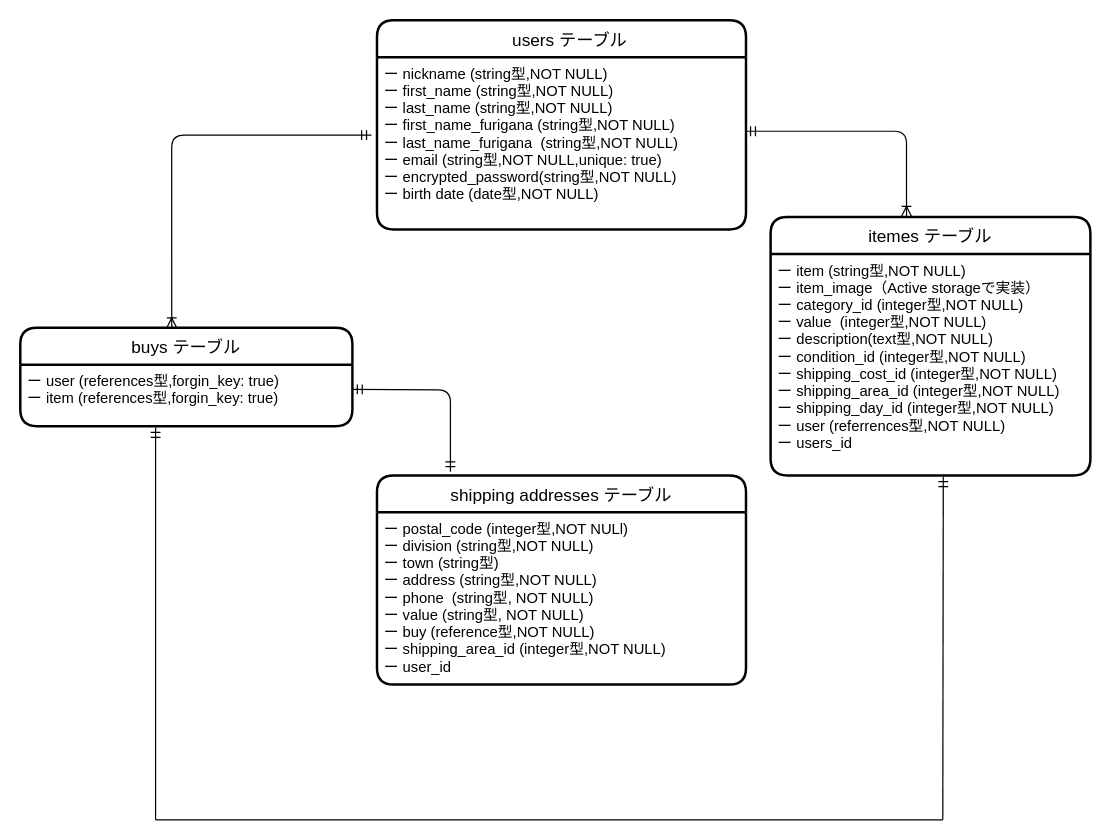
This is page "ページ1" (1 of 2) of furima.dio from ryu-sugi/furima-35260, a draw.io file, before an edit. Source tidied: cells renumbered, new cells numbered last; positions are measured from the earlier drawing's top-left corner, leaving out a move shared by most shapes. Both pictures are drawn from the tidied source at 123%, with x=0, y=0 at pixel (20, 20).
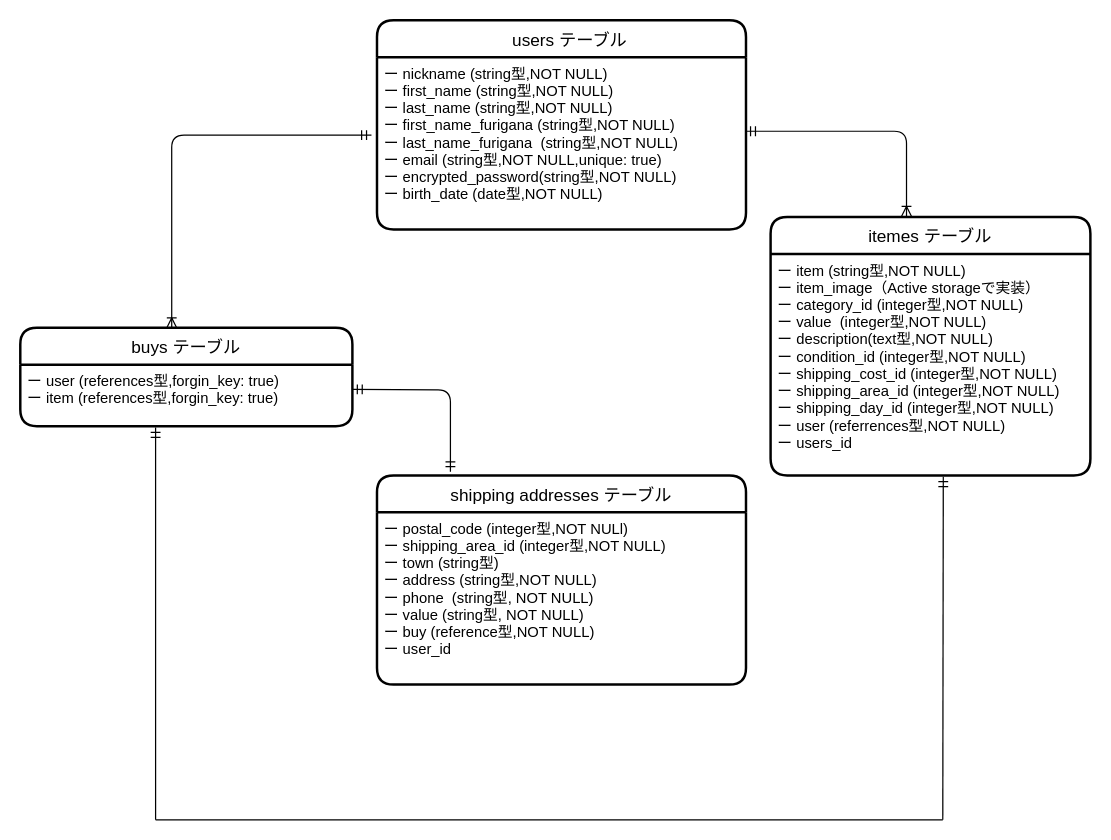
The same diagram, later.

Unchanged cells that the change refers to:
```xml
<mxCell id="2" value="　users テーブル" style="swimlane;horizontal=1;startSize=30;rounded=1;fontSize=14;fontStyle=0;strokeWidth=2;shadow=0;dashed=0;align=center;" parent="1" vertex="1">
  <mxGeometry x="290" width="300" height="170" as="geometry" />
</mxCell>
<mxCell id="9" value="shipping addresses テーブル" style="swimlane;horizontal=1;startSize=30;rounded=1;fontSize=14;fontStyle=0;strokeWidth=2;shadow=0;dashed=0;align=center;" parent="1" vertex="1">
  <mxGeometry x="290" y="370" width="300" height="170" as="geometry" />
</mxCell>
```

Diff of the diagram source:
```diff
@@
-    <mxCell id="3" value="ー nickname (string型,NOT NULL)&#10;ー first_name (string型,NOT NULL)&#10;ー last_name (string型,NOT NULL)&#10;ー first_name_furigana (string型,NOT NULL)&#10;ー last_name_furigana  (string型,NOT NULL)&#10;ー email (string型,NOT NULL,unique: true)&#10;ー encrypted_password(string型,NOT NULL)&#10;ー birth date (date型,NOT NULL)&#10;" style="text;strokeColor=none;fillColor=none;spacingLeft=4;spacingRight=4;overflow=hidden;points=[[0,0.5],[1,0.5]];portConstraint=eastwest;fontSize=12;" parent="2" vertex="1">
+    <mxCell id="3" value="ー nickname (string型,NOT NULL)&#10;ー first_name (string型,NOT NULL)&#10;ー last_name (string型,NOT NULL)&#10;ー first_name_furigana (string型,NOT NULL)&#10;ー last_name_furigana  (string型,NOT NULL)&#10;ー email (string型,NOT NULL,unique: true)&#10;ー encrypted_password(string型,NOT NULL)&#10;ー birth_date (date型,NOT NULL)&#10;" style="text;strokeColor=none;fillColor=none;spacingLeft=4;spacingRight=4;overflow=hidden;points=[[0,0.5],[1,0.5]];portConstraint=eastwest;fontSize=12;" parent="2" vertex="1">
       <mxGeometry y="30" width="300" height="140" as="geometry" />
     </mxCell>
@@
-    <mxCell id="10" value="ー postal_code (integer型,NOT NULl)&#10;ー division (string型,NOT NULL)&#10;ー town (string型)&#10;ー address (string型,NOT NULL)&#10;ー phone  (string型, NOT NULL)&#10;ー value (string型, NOT NULL)&#10;ー buy (reference型,NOT NULL)&#10;ー shipping_area_id (integer型,NOT NULL)&#10;ー user_id&#10;&#10;" style="text;strokeColor=none;fillColor=none;spacingLeft=4;spacingRight=4;overflow=hidden;points=[[0,0.5],[1,0.5]];portConstraint=eastwest;fontSize=12;" parent="9" vertex="1">
+    <mxCell id="10" value="ー postal_code (integer型,NOT NULl)&#10;ー shipping_area_id (integer型,NOT NULL)&#10;ー town (string型)&#10;ー address (string型,NOT NULL)&#10;ー phone  (string型, NOT NULL)&#10;ー value (string型, NOT NULL)&#10;ー buy (reference型,NOT NULL)&#10;ー user_id&#10;&#10;" style="text;strokeColor=none;fillColor=none;spacingLeft=4;spacingRight=4;overflow=hidden;points=[[0,0.5],[1,0.5]];portConstraint=eastwest;fontSize=12;" parent="9" vertex="1">
       <mxGeometry y="30" width="300" height="140" as="geometry" />
     </mxCell>
```
